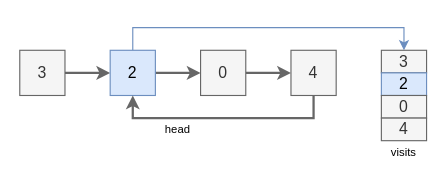
Above: page "1_3" (3 of 5) of problems/problem141.drawio in hanggrian/grind-leetcode (draw.io), before the change. Source tidied: cells renumbered, new cells numbered last; positions are measured from the earlier drawing's top-left corner, leaving out a move shared by most shapes. Both pictures are drawn from the tidied source at 113%, with x=0, y=0 at pixel (19, 27).
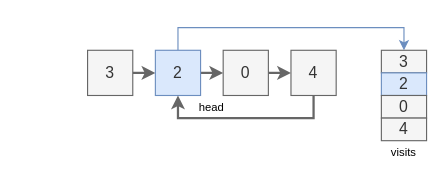
The same diagram, later.

Diff of the diagram source:
```diff
@@
 <mxGraphModel>
   <root>
     <mxCell id="0" />
     <mxCell id="1" parent="0" />
     <mxCell id="2" style="edgeStyle=orthogonalEdgeStyle;rounded=0;jettySize=auto;html=1;exitX=1;exitY=0.5;exitDx=0;exitDy=0;entryX=0;entryY=0.5;entryDx=0;entryDy=0;fillColor=#f5f5f5;strokeColor=#666666;strokeWidth=2;" parent="1" edge="1" source="3" target="6">
       <mxGeometry relative="1" as="geometry" />
     </mxCell>
     <mxCell id="3" value="3" style="text;html=1;align=center;verticalAlign=middle;whiteSpace=wrap;rounded=0;fillColor=#f5f5f5;strokeColor=#666666;fontSize=14;fontColor=#333333;" parent="1" vertex="1">
-      <mxGeometry y="20" width="40" height="40" as="geometry" />
+      <mxGeometry x="60" y="20" width="40" height="40" as="geometry" />
     </mxCell>
     <mxCell id="4" style="edgeStyle=orthogonalEdgeStyle;rounded=0;jettySize=auto;html=1;exitX=1;exitY=0.5;exitDx=0;exitDy=0;entryX=0;entryY=0.5;entryDx=0;entryDy=0;fillColor=#f5f5f5;strokeColor=#666666;strokeWidth=2;" parent="1" edge="1" source="6" target="8">
       <mxGeometry relative="1" as="geometry" />
     </mxCell>
     <mxCell id="5" style="edgeStyle=orthogonalEdgeStyle;rounded=0;jettySize=auto;html=1;exitX=0.5;exitY=0;exitDx=0;exitDy=0;entryX=0.5;entryY=0;entryDx=0;entryDy=0;fillColor=#dae8fc;strokeColor=#6c8ebf;" parent="1" edge="1" source="6" target="12">
       <mxGeometry relative="1" as="geometry">
         <Array as="points">
-          <mxPoint x="100" />
-          <mxPoint x="340" />
+          <mxPoint x="160" />
+          <mxPoint x="400" />
         </Array>
       </mxGeometry>
     </mxCell>
-    <mxCell id="6" value="2" style="text;html=1;align=center;verticalAlign=middle;whiteSpace=wrap;rounded=0;fillColor=#dae8fc;strokeColor=#6c8ebf;fontSize=14;fontStyle=0;" parent="1" vertex="1">
-      <mxGeometry x="80" y="20" width="40" height="40" as="geometry" />
+    <mxCell id="6" value="2" style="text;html=1;align=center;verticalAlign=middle;whiteSpace=wrap;rounded=0;fillColor=#dae8fc;strokeColor=#6c8ebf;fontSize=14;fontStyle=0;fontColor=#333333;" parent="1" vertex="1">
+      <mxGeometry x="120" y="20" width="40" height="40" as="geometry" />
     </mxCell>
     <mxCell id="7" style="edgeStyle=orthogonalEdgeStyle;rounded=0;jettySize=auto;html=1;exitX=1;exitY=0.5;exitDx=0;exitDy=0;entryX=0;entryY=0.5;entryDx=0;entryDy=0;fillColor=#f5f5f5;strokeColor=#666666;strokeWidth=2;" parent="1" edge="1" source="8" target="10">
       <mxGeometry relative="1" as="geometry" />
     </mxCell>
     <mxCell id="8" value="0" style="text;html=1;align=center;verticalAlign=middle;whiteSpace=wrap;rounded=0;fillColor=#f5f5f5;strokeColor=#666666;fontSize=14;fontColor=#333333;" parent="1" vertex="1">
-      <mxGeometry x="160" y="20" width="40" height="40" as="geometry" />
+      <mxGeometry x="180" y="20" width="40" height="40" as="geometry" />
     </mxCell>
     <mxCell id="9" style="edgeStyle=orthogonalEdgeStyle;rounded=0;jettySize=auto;html=1;exitX=0.5;exitY=1;exitDx=0;exitDy=0;entryX=0.5;entryY=1;entryDx=0;entryDy=0;strokeWidth=2;fillColor=#f5f5f5;strokeColor=#666666;" parent="1" edge="1" source="10" target="6">
       <mxGeometry relative="1" as="geometry" />
     </mxCell>
     <mxCell id="10" value="4" style="text;html=1;align=center;verticalAlign=middle;whiteSpace=wrap;rounded=0;fillColor=#f5f5f5;strokeColor=#666666;fontSize=14;fontColor=#333333;" parent="1" vertex="1">
       <mxGeometry x="240" y="20" width="40" height="40" as="geometry" />
     </mxCell>
     <mxCell id="11" value="head" style="text;html=1;align=center;verticalAlign=middle;whiteSpace=wrap;rounded=0;fontSize=10;" parent="1" vertex="1">
-      <mxGeometry y="80" width="280" height="20" as="geometry" />
+      <mxGeometry x="60" y="60" width="220" height="20" as="geometry" />
     </mxCell>
     <mxCell id="12" value="3" style="text;html=1;align=center;verticalAlign=middle;whiteSpace=wrap;rounded=0;fillColor=#f5f5f5;strokeColor=#666666;fontSize=14;fontColor=#333333;" parent="1" vertex="1">
       <mxGeometry x="320" y="20" width="40" height="20" as="geometry" />
     </mxCell>
-    <mxCell id="13" value="2" style="text;html=1;align=center;verticalAlign=middle;whiteSpace=wrap;rounded=0;fillColor=#dae8fc;strokeColor=#6c8ebf;fontSize=14;fontStyle=0;" parent="1" vertex="1">
+    <mxCell id="13" value="2" style="text;html=1;align=center;verticalAlign=middle;whiteSpace=wrap;rounded=0;fillColor=#dae8fc;strokeColor=#6c8ebf;fontSize=14;fontStyle=0;fontColor=#333333;" parent="1" vertex="1">
       <mxGeometry x="320" y="40" width="40" height="20" as="geometry" />
     </mxCell>
     <mxCell id="14" value="0" style="text;html=1;align=center;verticalAlign=middle;whiteSpace=wrap;rounded=0;fillColor=#f5f5f5;strokeColor=#666666;fontSize=14;fontColor=#333333;" parent="1" vertex="1">
       <mxGeometry x="320" y="60" width="40" height="20" as="geometry" />
     </mxCell>
     <mxCell id="15" value="visits" style="text;html=1;align=center;verticalAlign=middle;whiteSpace=wrap;rounded=0;fontSize=10;" parent="1" vertex="1">
       <mxGeometry x="320" y="100" width="40" height="20" as="geometry" />
     </mxCell>
     <mxCell id="16" value="4" style="text;html=1;align=center;verticalAlign=middle;whiteSpace=wrap;rounded=0;fillColor=#f5f5f5;strokeColor=#666666;fontSize=14;fontColor=#333333;" parent="1" vertex="1">
       <mxGeometry x="320" y="80" width="40" height="20" as="geometry" />
     </mxCell>
   </root>
 </mxGraphModel>
```
